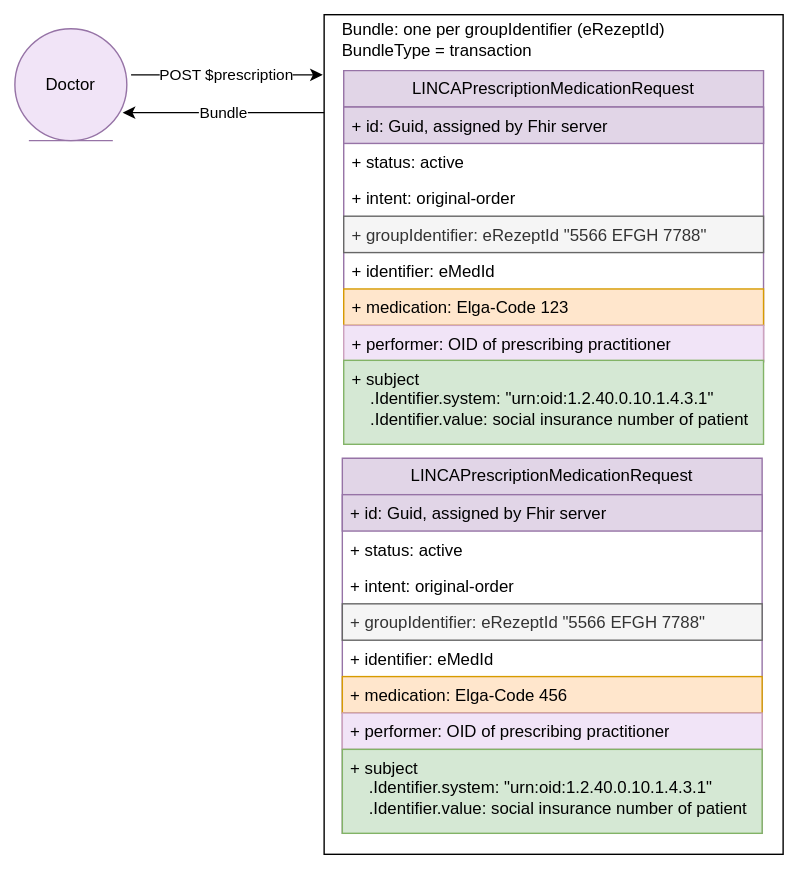
The draw.io diagram input/images/UserStory_015_diagram.svg in HL7Austria/LinkedCare, before a commit. Source tidied: cells renumbered, new cells last; positions are measured from the earlier drawing's top-left corner, leaving out a move shared by most shapes.
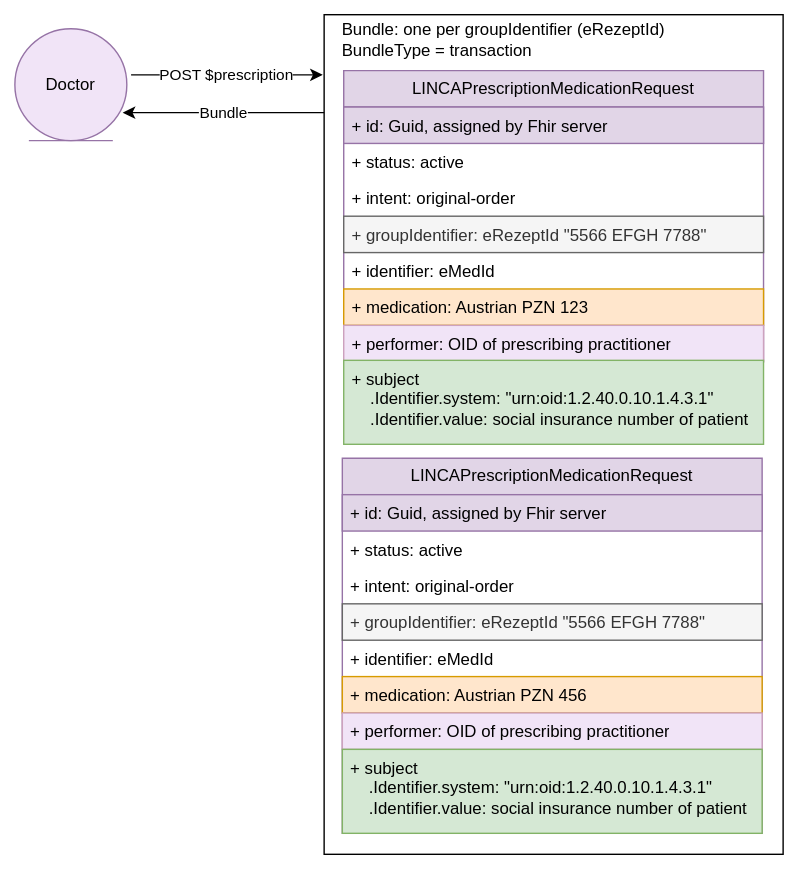
Above is the later version.

What changed in the source:
```diff
@@ -23,7 +23,7 @@
     <mxCell id="8" value="+ identifier: eMedId" style="text;align=left;verticalAlign=top;spacingLeft=4;spacingRight=4;overflow=hidden;whiteSpace=wrap;html=1;" parent="3" vertex="1">
       <mxGeometry y="130" width="300" height="26" as="geometry" />
     </mxCell>
-    <mxCell id="9" value="+ medication: Elga-Code 123" style="text;align=left;verticalAlign=top;spacingLeft=4;spacingRight=4;overflow=hidden;whiteSpace=wrap;html=1;fillColor=#ffe6cc;strokeColor=#d79b00;" parent="3" vertex="1">
+    <mxCell id="9" value="+ medication: Austrian PZN 123" style="text;align=left;verticalAlign=top;spacingLeft=4;spacingRight=4;overflow=hidden;whiteSpace=wrap;html=1;fillColor=#ffe6cc;strokeColor=#d79b00;" parent="3" vertex="1">
       <mxGeometry y="156" width="300" height="26" as="geometry" />
     </mxCell>
     <mxCell id="10" value="+ performer: OID of prescribing practitioner" style="text;strokeColor=#CDA2BE;fillColor=#F1E4F7;align=left;verticalAlign=top;spacingLeft=4;spacingRight=4;overflow=hidden;whiteSpace=wrap;html=1;" parent="3" vertex="1">
@@ -63,7 +63,7 @@
     <mxCell id="20" value="+ identifier: eMedId" style="text;align=left;verticalAlign=top;spacingLeft=4;spacingRight=4;overflow=hidden;whiteSpace=wrap;html=1;" parent="15" vertex="1">
       <mxGeometry y="130" width="300" height="26" as="geometry" />
     </mxCell>
-    <mxCell id="21" value="+ medication: Elga-Code 456" style="text;align=left;verticalAlign=top;spacingLeft=4;spacingRight=4;overflow=hidden;whiteSpace=wrap;html=1;fillColor=#ffe6cc;strokeColor=#d79b00;" parent="15" vertex="1">
+    <mxCell id="21" value="+ medication: Austrian PZN 456" style="text;align=left;verticalAlign=top;spacingLeft=4;spacingRight=4;overflow=hidden;whiteSpace=wrap;html=1;fillColor=#ffe6cc;strokeColor=#d79b00;" parent="15" vertex="1">
       <mxGeometry y="156" width="300" height="26" as="geometry" />
     </mxCell>
     <mxCell id="22" value="+ performer: OID of prescribing practitioner" style="text;strokeColor=#CDA2BE;fillColor=#F1E4F7;align=left;verticalAlign=top;spacingLeft=4;spacingRight=4;overflow=hidden;whiteSpace=wrap;html=1;" parent="15" vertex="1">
```
